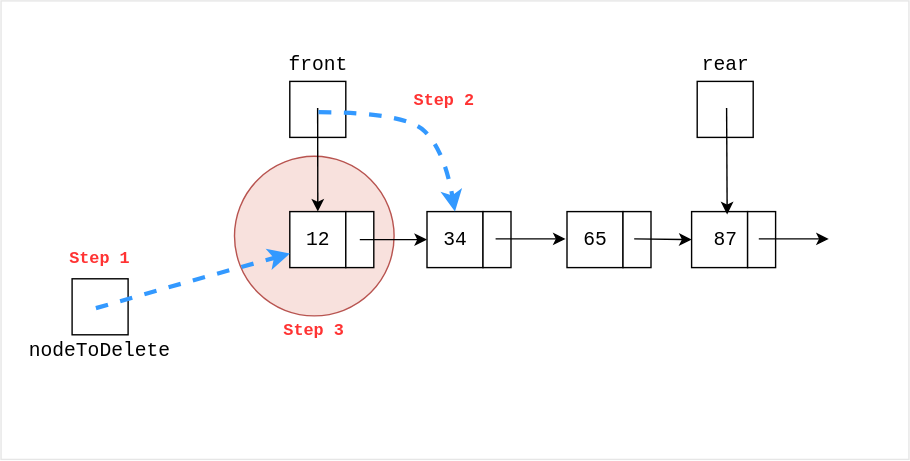
The draw.io diagram public/diagrams/queue-ll-deque.svg in datkumar/code-journal, before a commit. Source tidied: cells renumbered, new cells last; positions are measured from the earlier drawing's top-left corner, leaving out a move shared by most shapes. Its diagram source:
```xml
<mxGraphModel background="#ffffff">
  <root>
    <mxCell id="0" />
    <mxCell id="1" parent="0" />
    <mxCell id="2" style="rounded=0;whiteSpace=wrap;html=1;strokeColor=#E6E6E6;" parent="1" vertex="1">
      <mxGeometry x="0.2" width="648.5" height="327.5" as="geometry" />
    </mxCell>
    <mxCell id="3" style="ellipse;whiteSpace=wrap;html=1;fillColor=#F8E1DD;strokeColor=#b85450;fontFamily=Courier New;" parent="1" vertex="1">
      <mxGeometry x="167" y="111" width="114" height="114" as="geometry" />
    </mxCell>
    <mxCell id="4" style="rounded=0;whiteSpace=wrap;html=1;fontFamily=Courier New;fontSize=14;" parent="1" vertex="1">
      <mxGeometry x="206.5" y="57.5" width="40" height="40" as="geometry" />
    </mxCell>
    <mxCell id="5" value="front" style="text;html=1;align=center;verticalAlign=middle;whiteSpace=wrap;rounded=0;fontFamily=Courier New;fontSize=14;" parent="1" vertex="1">
      <mxGeometry x="206.5" y="35.5" width="40" height="20" as="geometry" />
    </mxCell>
    <mxCell id="6" style="rounded=0;whiteSpace=wrap;html=1;fontFamily=Courier New;fontSize=14;" parent="1" vertex="1">
      <mxGeometry x="206.5" y="150.5" width="40" height="40" as="geometry" />
    </mxCell>
    <mxCell id="7" style="rounded=0;whiteSpace=wrap;html=1;fontFamily=Courier New;" parent="1" vertex="1">
      <mxGeometry x="246.5" y="150.5" width="20" height="40" as="geometry" />
    </mxCell>
    <mxCell id="8" style="rounded=0;whiteSpace=wrap;html=1;fontFamily=Courier New;fontSize=14;" parent="1" vertex="1">
      <mxGeometry x="304.5" y="150.5" width="40" height="40" as="geometry" />
    </mxCell>
    <mxCell id="9" style="rounded=0;whiteSpace=wrap;html=1;fontFamily=Courier New;" parent="1" vertex="1">
      <mxGeometry x="344.5" y="150.5" width="20" height="40" as="geometry" />
    </mxCell>
    <mxCell id="10" style="rounded=0;whiteSpace=wrap;html=1;fontFamily=Courier New;fontSize=14;" parent="1" vertex="1">
      <mxGeometry x="404.5" y="150.5" width="40" height="40" as="geometry" />
    </mxCell>
    <mxCell id="11" style="rounded=0;whiteSpace=wrap;html=1;fontFamily=Courier New;" parent="1" vertex="1">
      <mxGeometry x="444.5" y="150.5" width="20" height="40" as="geometry" />
    </mxCell>
    <mxCell id="12" style="endArrow=classic;html=1;rounded=0;entryX=0;entryY=0.5;entryDx=0;entryDy=0;fontFamily=Courier New;" parent="1" edge="1">
      <mxGeometry relative="1" as="geometry">
        <mxPoint x="353.5" y="170" as="sourcePoint" />
        <mxPoint x="403.5" y="170" as="targetPoint" />
      </mxGeometry>
    </mxCell>
    <mxCell id="13" value="12" style="text;html=1;align=center;verticalAlign=middle;whiteSpace=wrap;rounded=0;fontSize=14;fontFamily=Courier New;" parent="1" vertex="1">
      <mxGeometry x="211.5" y="155.5" width="30" height="30" as="geometry" />
    </mxCell>
    <mxCell id="14" value="34" style="text;html=1;align=center;verticalAlign=middle;whiteSpace=wrap;rounded=0;fontSize=14;fontFamily=Courier New;" parent="1" vertex="1">
      <mxGeometry x="309.5" y="155.5" width="30" height="30" as="geometry" />
    </mxCell>
    <mxCell id="15" value="65" style="text;html=1;align=center;verticalAlign=middle;whiteSpace=wrap;rounded=0;fontSize=14;fontFamily=Courier New;" parent="1" vertex="1">
      <mxGeometry x="409.5" y="155.5" width="30" height="30" as="geometry" />
    </mxCell>
    <mxCell id="16" style="endArrow=classic;html=1;rounded=0;fontFamily=Courier New;entryX=0;entryY=0.5;entryDx=0;entryDy=0;" parent="1" edge="1" target="20">
      <mxGeometry relative="1" as="geometry">
        <mxPoint x="452.5" y="170" as="sourcePoint" />
      </mxGeometry>
    </mxCell>
    <mxCell id="17" style="endArrow=classic;html=1;rounded=0;entryX=0;entryY=0.5;entryDx=0;entryDy=0;fontFamily=Courier New;" parent="1" edge="1" target="8">
      <mxGeometry relative="1" as="geometry">
        <mxPoint x="256.5" y="170.5" as="sourcePoint" />
      </mxGeometry>
    </mxCell>
    <mxCell id="18" value="Step 2" style="text;html=1;align=center;verticalAlign=middle;whiteSpace=wrap;rounded=0;rotation=0;fontStyle=1;fontFamily=Courier New;fontColor=#FF3333;" parent="1" vertex="1">
      <mxGeometry x="287" y="57.5" width="60" height="28" as="geometry" />
    </mxCell>
    <mxCell id="19" value="&lt;font color=&quot;#ff3333&quot;&gt;Step 1&lt;/font&gt;" style="text;html=1;align=center;verticalAlign=middle;whiteSpace=wrap;rounded=0;rotation=0;fontStyle=1;fontFamily=Courier New;" parent="1" vertex="1">
      <mxGeometry x="41" y="174" width="60" height="22" as="geometry" />
    </mxCell>
    <mxCell id="20" style="rounded=0;whiteSpace=wrap;html=1;fontFamily=Courier New;fontSize=14;" parent="1" vertex="1">
      <mxGeometry x="493.5" y="150.5" width="40" height="40" as="geometry" />
    </mxCell>
    <mxCell id="21" style="rounded=0;whiteSpace=wrap;html=1;fontFamily=Courier New;" parent="1" vertex="1">
      <mxGeometry x="533.5" y="150.5" width="20" height="40" as="geometry" />
    </mxCell>
    <mxCell id="22" value="87" style="text;html=1;align=center;verticalAlign=middle;whiteSpace=wrap;rounded=0;fontSize=14;fontFamily=Courier New;" parent="1" vertex="1">
      <mxGeometry x="501.5" y="155.5" width="32" height="30" as="geometry" />
    </mxCell>
    <mxCell id="23" style="endArrow=classic;html=1;rounded=0;fontFamily=Courier New;" parent="1" edge="1">
      <mxGeometry relative="1" as="geometry">
        <mxPoint x="541.5" y="170" as="sourcePoint" />
        <mxPoint x="591.5" y="170" as="targetPoint" />
      </mxGeometry>
    </mxCell>
    <mxCell id="24" style="rounded=0;whiteSpace=wrap;html=1;fontFamily=Courier New;fontSize=14;" parent="1" vertex="1">
      <mxGeometry x="497.5" y="57.5" width="40" height="40" as="geometry" />
    </mxCell>
    <mxCell id="25" value="rear" style="text;html=1;align=center;verticalAlign=middle;whiteSpace=wrap;rounded=0;fontFamily=Courier New;fontSize=14;" parent="1" vertex="1">
      <mxGeometry x="497.5" y="35.5" width="40" height="20" as="geometry" />
    </mxCell>
    <mxCell id="26" style="endArrow=classic;html=1;rounded=0;entryX=0.5;entryY=0;entryDx=0;entryDy=0;" parent="1" edge="1" target="6">
      <mxGeometry relative="1" as="geometry">
        <mxPoint x="226.4" y="76.5" as="sourcePoint" />
      </mxGeometry>
    </mxCell>
    <mxCell id="27" style="endArrow=classic;html=1;rounded=0;entryX=0.635;entryY=0.05;entryDx=0;entryDy=0;entryPerimeter=0;" parent="1" edge="1" target="20">
      <mxGeometry relative="1" as="geometry">
        <mxPoint x="518.5" y="76.5" as="sourcePoint" />
      </mxGeometry>
    </mxCell>
    <mxCell id="28" style="rounded=0;whiteSpace=wrap;html=1;fontFamily=Courier New;fontSize=14;" parent="1" vertex="1">
      <mxGeometry x="51" y="198.5" width="40" height="40" as="geometry" />
    </mxCell>
    <mxCell id="29" style="curved=1;endArrow=classic;html=1;rounded=0;entryX=0.5;entryY=0;entryDx=0;entryDy=0;dashed=1;strokeColor=#3399FF;strokeWidth=3;fontFamily=Courier New;" parent="1" edge="1" target="8">
      <mxGeometry relative="1" as="geometry">
        <mxPoint x="227" y="79.5" as="sourcePoint" />
        <Array as="points">
          <mxPoint x="289" y="79.5" />
          <mxPoint x="317" y="107" />
        </Array>
      </mxGeometry>
    </mxCell>
    <mxCell id="30" value="nodeToDelete" style="text;html=1;align=center;verticalAlign=middle;whiteSpace=wrap;rounded=0;fontFamily=Courier New;fontSize=14;" parent="1" vertex="1">
      <mxGeometry x="18" y="239.5" width="106" height="20" as="geometry" />
    </mxCell>
    <mxCell id="31" style="endArrow=classic;html=1;rounded=0;strokeColor=#3399FF;strokeWidth=3;dashed=1;fontFamily=Courier New;entryX=0;entryY=0.75;entryDx=0;entryDy=0;" parent="1" edge="1" target="6">
      <mxGeometry relative="1" as="geometry">
        <mxPoint x="68" y="219.4" as="sourcePoint" />
        <Array as="points">
          <mxPoint x="136" y="200" />
        </Array>
      </mxGeometry>
    </mxCell>
    <mxCell id="32" value="Step 3" style="text;html=1;align=center;verticalAlign=middle;whiteSpace=wrap;rounded=0;rotation=0;fontStyle=1;fontFamily=Courier New;fontColor=#FF3333;" parent="1" vertex="1">
      <mxGeometry x="194" y="222" width="60" height="28" as="geometry" />
    </mxCell>
    <mxCell id="33" style="edgeStyle=orthogonalEdgeStyle;rounded=0;orthogonalLoop=1;jettySize=auto;html=1;exitX=0.5;exitY=1;exitDx=0;exitDy=0;" parent="1" edge="1" source="32" target="32">
      <mxGeometry relative="1" as="geometry" />
    </mxCell>
  </root>
</mxGraphModel>
```
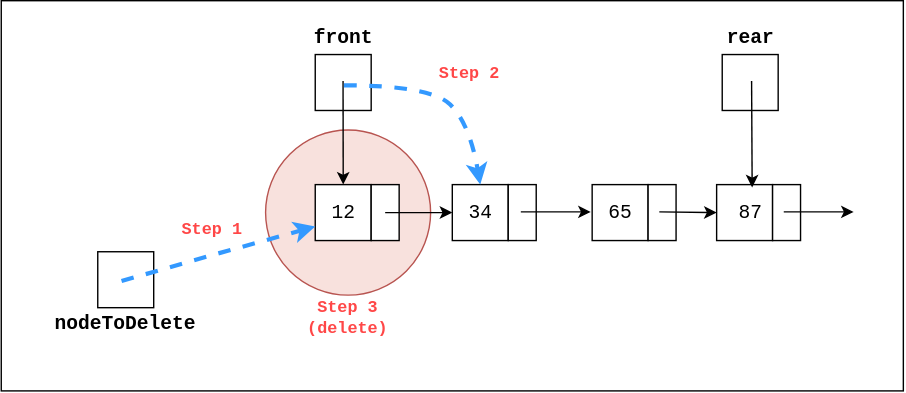
Above is the later version.

Change to the diagram source:
```diff
@@ -2,102 +2,102 @@
   <root>
     <mxCell id="0" />
     <mxCell id="1" parent="0" />
-    <mxCell id="2" style="rounded=0;whiteSpace=wrap;html=1;strokeColor=#E6E6E6;" parent="1" vertex="1">
-      <mxGeometry x="0.2" width="648.5" height="327.5" as="geometry" />
+    <mxCell id="2" style="rounded=0;whiteSpace=wrap;html=1;strokeColor=light-dark(#000000,#000000);fontFamily=monospace;fillColor=light-dark(#FFFFFF,#FFFFFF);fontColor=light-dark(#000000,#000000);" parent="1" vertex="1">
+      <mxGeometry x="-18" y="19" width="645" height="279" as="geometry" />
     </mxCell>
-    <mxCell id="3" style="ellipse;whiteSpace=wrap;html=1;fillColor=#F8E1DD;strokeColor=#b85450;fontFamily=Courier New;" parent="1" vertex="1">
-      <mxGeometry x="167" y="111" width="114" height="114" as="geometry" />
+    <mxCell id="3" style="ellipse;whiteSpace=wrap;html=1;fillColor=#F8E1DD;strokeColor=#b85450;fontFamily=monospace;fontColor=light-dark(#000000,#000000);" parent="1" vertex="1">
+      <mxGeometry x="171" y="111.5" width="118" height="118" as="geometry" />
     </mxCell>
-    <mxCell id="4" style="rounded=0;whiteSpace=wrap;html=1;fontFamily=Courier New;fontSize=14;" parent="1" vertex="1">
+    <mxCell id="4" style="rounded=0;whiteSpace=wrap;html=1;fontFamily=monospace;fontSize=14;fontColor=light-dark(#000000,#000000);" parent="1" vertex="1">
       <mxGeometry x="206.5" y="57.5" width="40" height="40" as="geometry" />
     </mxCell>
-    <mxCell id="5" value="front" style="text;html=1;align=center;verticalAlign=middle;whiteSpace=wrap;rounded=0;fontFamily=Courier New;fontSize=14;" parent="1" vertex="1">
+    <mxCell id="5" value="front" style="text;html=1;align=center;verticalAlign=middle;whiteSpace=wrap;rounded=0;fontFamily=monospace;fontSize=14;fontStyle=1;fontColor=light-dark(#000000,#000000);" parent="1" vertex="1">
       <mxGeometry x="206.5" y="35.5" width="40" height="20" as="geometry" />
     </mxCell>
-    <mxCell id="6" style="rounded=0;whiteSpace=wrap;html=1;fontFamily=Courier New;fontSize=14;" parent="1" vertex="1">
+    <mxCell id="6" style="rounded=0;whiteSpace=wrap;html=1;fontFamily=monospace;fontSize=14;fontColor=light-dark(#000000,#000000);" parent="1" vertex="1">
       <mxGeometry x="206.5" y="150.5" width="40" height="40" as="geometry" />
     </mxCell>
-    <mxCell id="7" style="rounded=0;whiteSpace=wrap;html=1;fontFamily=Courier New;" parent="1" vertex="1">
+    <mxCell id="7" style="rounded=0;whiteSpace=wrap;html=1;fontFamily=monospace;fontColor=light-dark(#000000,#000000);" parent="1" vertex="1">
       <mxGeometry x="246.5" y="150.5" width="20" height="40" as="geometry" />
     </mxCell>
-    <mxCell id="8" style="rounded=0;whiteSpace=wrap;html=1;fontFamily=Courier New;fontSize=14;" parent="1" vertex="1">
+    <mxCell id="8" style="rounded=0;whiteSpace=wrap;html=1;fontFamily=monospace;fontSize=14;fontColor=light-dark(#000000,#000000);" parent="1" vertex="1">
       <mxGeometry x="304.5" y="150.5" width="40" height="40" as="geometry" />
     </mxCell>
-    <mxCell id="9" style="rounded=0;whiteSpace=wrap;html=1;fontFamily=Courier New;" parent="1" vertex="1">
+    <mxCell id="9" style="rounded=0;whiteSpace=wrap;html=1;fontFamily=monospace;fontColor=light-dark(#000000,#000000);" parent="1" vertex="1">
       <mxGeometry x="344.5" y="150.5" width="20" height="40" as="geometry" />
     </mxCell>
-    <mxCell id="10" style="rounded=0;whiteSpace=wrap;html=1;fontFamily=Courier New;fontSize=14;" parent="1" vertex="1">
+    <mxCell id="10" style="rounded=0;whiteSpace=wrap;html=1;fontFamily=monospace;fontSize=14;fontColor=light-dark(#000000,#000000);" parent="1" vertex="1">
       <mxGeometry x="404.5" y="150.5" width="40" height="40" as="geometry" />
     </mxCell>
-    <mxCell id="11" style="rounded=0;whiteSpace=wrap;html=1;fontFamily=Courier New;" parent="1" vertex="1">
+    <mxCell id="11" style="rounded=0;whiteSpace=wrap;html=1;fontFamily=monospace;fontColor=light-dark(#000000,#000000);" parent="1" vertex="1">
       <mxGeometry x="444.5" y="150.5" width="20" height="40" as="geometry" />
     </mxCell>
-    <mxCell id="12" style="endArrow=classic;html=1;rounded=0;entryX=0;entryY=0.5;entryDx=0;entryDy=0;fontFamily=Courier New;" parent="1" edge="1">
+    <mxCell id="12" style="endArrow=classic;html=1;rounded=0;entryX=0;entryY=0.5;entryDx=0;entryDy=0;fontFamily=monospace;fontColor=light-dark(#000000,#000000);" parent="1" edge="1">
       <mxGeometry relative="1" as="geometry">
         <mxPoint x="353.5" y="170" as="sourcePoint" />
         <mxPoint x="403.5" y="170" as="targetPoint" />
       </mxGeometry>
     </mxCell>
-    <mxCell id="13" value="12" style="text;html=1;align=center;verticalAlign=middle;whiteSpace=wrap;rounded=0;fontSize=14;fontFamily=Courier New;" parent="1" vertex="1">
+    <mxCell id="13" value="12" style="text;html=1;align=center;verticalAlign=middle;whiteSpace=wrap;rounded=0;fontSize=14;fontFamily=monospace;fontColor=light-dark(#000000,#000000);" parent="1" vertex="1">
       <mxGeometry x="211.5" y="155.5" width="30" height="30" as="geometry" />
     </mxCell>
-    <mxCell id="14" value="34" style="text;html=1;align=center;verticalAlign=middle;whiteSpace=wrap;rounded=0;fontSize=14;fontFamily=Courier New;" parent="1" vertex="1">
+    <mxCell id="14" value="34" style="text;html=1;align=center;verticalAlign=middle;whiteSpace=wrap;rounded=0;fontSize=14;fontFamily=monospace;fontColor=light-dark(#000000,#000000);" parent="1" vertex="1">
       <mxGeometry x="309.5" y="155.5" width="30" height="30" as="geometry" />
     </mxCell>
-    <mxCell id="15" value="65" style="text;html=1;align=center;verticalAlign=middle;whiteSpace=wrap;rounded=0;fontSize=14;fontFamily=Courier New;" parent="1" vertex="1">
+    <mxCell id="15" value="65" style="text;html=1;align=center;verticalAlign=middle;whiteSpace=wrap;rounded=0;fontSize=14;fontFamily=monospace;fontColor=light-dark(#000000,#000000);" parent="1" vertex="1">
       <mxGeometry x="409.5" y="155.5" width="30" height="30" as="geometry" />
     </mxCell>
-    <mxCell id="16" style="endArrow=classic;html=1;rounded=0;fontFamily=Courier New;entryX=0;entryY=0.5;entryDx=0;entryDy=0;" parent="1" edge="1" target="20">
+    <mxCell id="16" style="endArrow=classic;html=1;rounded=0;fontFamily=monospace;entryX=0;entryY=0.5;entryDx=0;entryDy=0;fontColor=light-dark(#000000,#000000);" parent="1" edge="1" target="20">
       <mxGeometry relative="1" as="geometry">
         <mxPoint x="452.5" y="170" as="sourcePoint" />
       </mxGeometry>
     </mxCell>
-    <mxCell id="17" style="endArrow=classic;html=1;rounded=0;entryX=0;entryY=0.5;entryDx=0;entryDy=0;fontFamily=Courier New;" parent="1" edge="1" target="8">
+    <mxCell id="17" style="endArrow=classic;html=1;rounded=0;entryX=0;entryY=0.5;entryDx=0;entryDy=0;fontFamily=monospace;fontColor=light-dark(#000000,#000000);" parent="1" edge="1" target="8">
       <mxGeometry relative="1" as="geometry">
         <mxPoint x="256.5" y="170.5" as="sourcePoint" />
       </mxGeometry>
     </mxCell>
-    <mxCell id="18" value="Step 2" style="text;html=1;align=center;verticalAlign=middle;whiteSpace=wrap;rounded=0;rotation=0;fontStyle=1;fontFamily=Courier New;fontColor=#FF3333;" parent="1" vertex="1">
+    <mxCell id="18" value="Step 2" style="text;html=1;align=center;verticalAlign=middle;whiteSpace=wrap;rounded=0;rotation=0;fontStyle=1;fontFamily=monospace;fontColor=light-dark(#FF4747,#FF4747);" parent="1" vertex="1">
       <mxGeometry x="287" y="57.5" width="60" height="28" as="geometry" />
     </mxCell>
-    <mxCell id="19" value="&lt;font color=&quot;#ff3333&quot;&gt;Step 1&lt;/font&gt;" style="text;html=1;align=center;verticalAlign=middle;whiteSpace=wrap;rounded=0;rotation=0;fontStyle=1;fontFamily=Courier New;" parent="1" vertex="1">
-      <mxGeometry x="41" y="174" width="60" height="22" as="geometry" />
+    <mxCell id="19" value="&lt;font&gt;Step 1&lt;/font&gt;" style="text;html=1;align=center;verticalAlign=middle;whiteSpace=wrap;rounded=0;rotation=0;fontStyle=1;fontFamily=monospace;fontColor=light-dark(#FF4747,#FF4747);" parent="1" vertex="1">
+      <mxGeometry x="103" y="172" width="60" height="22" as="geometry" />
     </mxCell>
-    <mxCell id="20" style="rounded=0;whiteSpace=wrap;html=1;fontFamily=Courier New;fontSize=14;" parent="1" vertex="1">
+    <mxCell id="20" style="rounded=0;whiteSpace=wrap;html=1;fontFamily=monospace;fontSize=14;fontColor=light-dark(#000000,#000000);" parent="1" vertex="1">
       <mxGeometry x="493.5" y="150.5" width="40" height="40" as="geometry" />
     </mxCell>
-    <mxCell id="21" style="rounded=0;whiteSpace=wrap;html=1;fontFamily=Courier New;" parent="1" vertex="1">
+    <mxCell id="21" style="rounded=0;whiteSpace=wrap;html=1;fontFamily=monospace;fontColor=light-dark(#000000,#000000);" parent="1" vertex="1">
       <mxGeometry x="533.5" y="150.5" width="20" height="40" as="geometry" />
     </mxCell>
-    <mxCell id="22" value="87" style="text;html=1;align=center;verticalAlign=middle;whiteSpace=wrap;rounded=0;fontSize=14;fontFamily=Courier New;" parent="1" vertex="1">
+    <mxCell id="22" value="87" style="text;html=1;align=center;verticalAlign=middle;whiteSpace=wrap;rounded=0;fontSize=14;fontFamily=monospace;fontColor=light-dark(#000000,#000000);" parent="1" vertex="1">
       <mxGeometry x="501.5" y="155.5" width="32" height="30" as="geometry" />
     </mxCell>
-    <mxCell id="23" style="endArrow=classic;html=1;rounded=0;fontFamily=Courier New;" parent="1" edge="1">
+    <mxCell id="23" style="endArrow=classic;html=1;rounded=0;fontFamily=monospace;fontColor=light-dark(#000000,#000000);" parent="1" edge="1">
       <mxGeometry relative="1" as="geometry">
         <mxPoint x="541.5" y="170" as="sourcePoint" />
         <mxPoint x="591.5" y="170" as="targetPoint" />
       </mxGeometry>
     </mxCell>
-    <mxCell id="24" style="rounded=0;whiteSpace=wrap;html=1;fontFamily=Courier New;fontSize=14;" parent="1" vertex="1">
+    <mxCell id="24" style="rounded=0;whiteSpace=wrap;html=1;fontFamily=monospace;fontSize=14;fontColor=light-dark(#000000,#000000);" parent="1" vertex="1">
       <mxGeometry x="497.5" y="57.5" width="40" height="40" as="geometry" />
     </mxCell>
-    <mxCell id="25" value="rear" style="text;html=1;align=center;verticalAlign=middle;whiteSpace=wrap;rounded=0;fontFamily=Courier New;fontSize=14;" parent="1" vertex="1">
+    <mxCell id="25" value="rear" style="text;html=1;align=center;verticalAlign=middle;whiteSpace=wrap;rounded=0;fontFamily=monospace;fontSize=14;fontStyle=1;fontColor=light-dark(#000000,#000000);" parent="1" vertex="1">
       <mxGeometry x="497.5" y="35.5" width="40" height="20" as="geometry" />
     </mxCell>
-    <mxCell id="26" style="endArrow=classic;html=1;rounded=0;entryX=0.5;entryY=0;entryDx=0;entryDy=0;" parent="1" edge="1" target="6">
+    <mxCell id="26" style="endArrow=classic;html=1;rounded=0;entryX=0.5;entryY=0;entryDx=0;entryDy=0;fontFamily=monospace;fontColor=light-dark(#000000,#000000);" parent="1" edge="1" target="6">
       <mxGeometry relative="1" as="geometry">
         <mxPoint x="226.4" y="76.5" as="sourcePoint" />
       </mxGeometry>
     </mxCell>
-    <mxCell id="27" style="endArrow=classic;html=1;rounded=0;entryX=0.635;entryY=0.05;entryDx=0;entryDy=0;entryPerimeter=0;" parent="1" edge="1" target="20">
+    <mxCell id="27" style="endArrow=classic;html=1;rounded=0;entryX=0.635;entryY=0.05;entryDx=0;entryDy=0;entryPerimeter=0;fontFamily=monospace;fontColor=light-dark(#000000,#000000);" parent="1" edge="1" target="20">
       <mxGeometry relative="1" as="geometry">
         <mxPoint x="518.5" y="76.5" as="sourcePoint" />
       </mxGeometry>
     </mxCell>
-    <mxCell id="28" style="rounded=0;whiteSpace=wrap;html=1;fontFamily=Courier New;fontSize=14;" parent="1" vertex="1">
+    <mxCell id="28" style="rounded=0;whiteSpace=wrap;html=1;fontFamily=monospace;fontSize=14;fontColor=light-dark(#000000,#000000);" parent="1" vertex="1">
       <mxGeometry x="51" y="198.5" width="40" height="40" as="geometry" />
     </mxCell>
-    <mxCell id="29" style="curved=1;endArrow=classic;html=1;rounded=0;entryX=0.5;entryY=0;entryDx=0;entryDy=0;dashed=1;strokeColor=#3399FF;strokeWidth=3;fontFamily=Courier New;" parent="1" edge="1" target="8">
+    <mxCell id="29" style="curved=1;endArrow=classic;html=1;rounded=0;entryX=0.5;entryY=0;entryDx=0;entryDy=0;dashed=1;strokeColor=#3399FF;strokeWidth=3;fontFamily=monospace;fontColor=light-dark(#000000,#000000);" parent="1" edge="1" target="8">
       <mxGeometry relative="1" as="geometry">
         <mxPoint x="227" y="79.5" as="sourcePoint" />
         <Array as="points">
@@ -106,10 +106,10 @@
         </Array>
       </mxGeometry>
     </mxCell>
-    <mxCell id="30" value="nodeToDelete" style="text;html=1;align=center;verticalAlign=middle;whiteSpace=wrap;rounded=0;fontFamily=Courier New;fontSize=14;" parent="1" vertex="1">
+    <mxCell id="30" value="nodeToDelete" style="text;html=1;align=center;verticalAlign=middle;whiteSpace=wrap;rounded=0;fontFamily=monospace;fontSize=14;fontStyle=1;fontColor=light-dark(#000000,#000000);" parent="1" vertex="1">
       <mxGeometry x="18" y="239.5" width="106" height="20" as="geometry" />
     </mxCell>
-    <mxCell id="31" style="endArrow=classic;html=1;rounded=0;strokeColor=#3399FF;strokeWidth=3;dashed=1;fontFamily=Courier New;entryX=0;entryY=0.75;entryDx=0;entryDy=0;" parent="1" edge="1" target="6">
+    <mxCell id="31" style="endArrow=classic;html=1;rounded=0;strokeColor=#3399FF;strokeWidth=3;dashed=1;fontFamily=monospace;entryX=0;entryY=0.75;entryDx=0;entryDy=0;fontColor=light-dark(#000000,#000000);" parent="1" edge="1" target="6">
       <mxGeometry relative="1" as="geometry">
         <mxPoint x="68" y="219.4" as="sourcePoint" />
         <Array as="points">
@@ -117,10 +117,10 @@
         </Array>
       </mxGeometry>
     </mxCell>
-    <mxCell id="32" value="Step 3" style="text;html=1;align=center;verticalAlign=middle;whiteSpace=wrap;rounded=0;rotation=0;fontStyle=1;fontFamily=Courier New;fontColor=#FF3333;" parent="1" vertex="1">
-      <mxGeometry x="194" y="222" width="60" height="28" as="geometry" />
+    <mxCell id="32" value="Step 3&lt;div&gt;(delete)&lt;/div&gt;" style="text;html=1;align=center;verticalAlign=middle;whiteSpace=wrap;rounded=0;rotation=0;fontStyle=1;fontFamily=monospace;fontColor=light-dark(#FF4747,#FF4747);" parent="1" vertex="1">
+      <mxGeometry x="200" y="231.5" width="60" height="28" as="geometry" />
     </mxCell>
-    <mxCell id="33" style="edgeStyle=orthogonalEdgeStyle;rounded=0;orthogonalLoop=1;jettySize=auto;html=1;exitX=0.5;exitY=1;exitDx=0;exitDy=0;" parent="1" edge="1" source="32" target="32">
+    <mxCell id="33" style="edgeStyle=orthogonalEdgeStyle;rounded=0;orthogonalLoop=1;jettySize=auto;html=1;exitX=0.5;exitY=1;exitDx=0;exitDy=0;fontFamily=monospace;fontColor=light-dark(#000000,#000000);" parent="1" edge="1" source="32" target="32">
       <mxGeometry relative="1" as="geometry" />
     </mxCell>
   </root>
```
